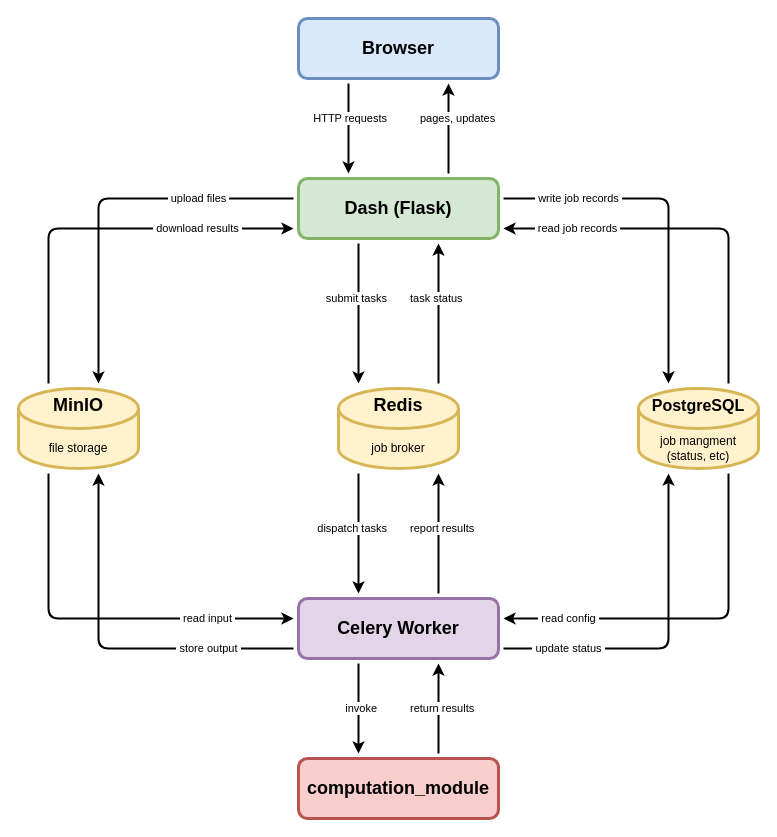
Earlier version of the draw.io diagram docs/diagrams/architecture.drawio (Helmholtz-UFZ/CosmoSuite). Source tidied: cells renumbered, new cells numbered last; positions are measured from the earlier drawing's top-left corner, leaving out a move shared by most shapes. Both pictures are drawn from the tidied source at 100%, with x=0, y=0 at pixel (18, 18).
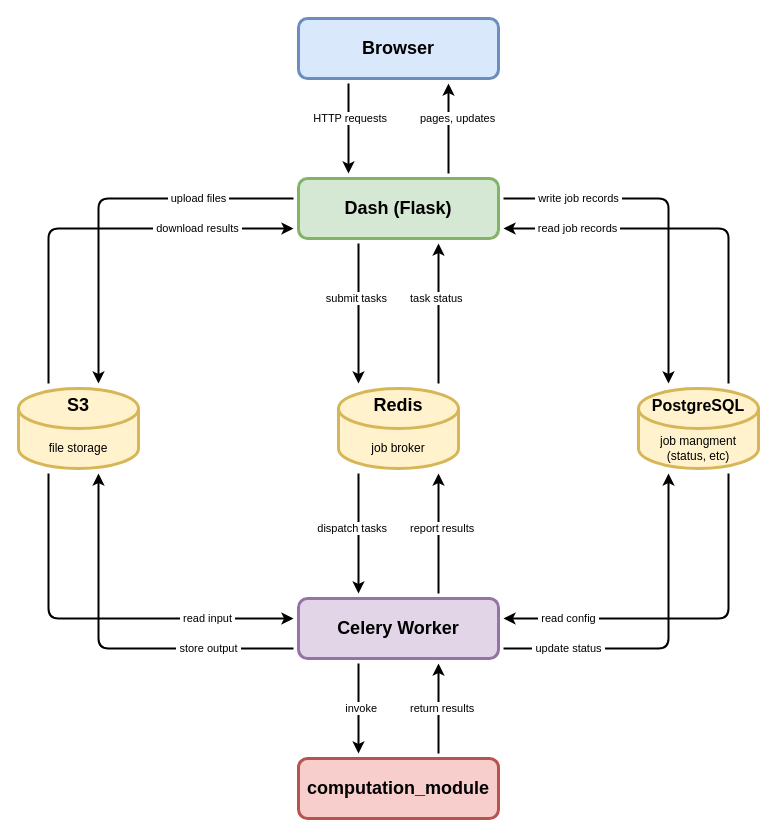
After the change.

Diff of the diagram source:
```diff
@@
-    <mxCell id="4" value="MinIO" style="shape=cylinder3;whiteSpace=wrap;html=1;fontSize=18;fontStyle=1;strokeWidth=3;fillColor=#fff2cc;strokeColor=#d6b656;size=20;verticalAlign=top;" parent="1" vertex="1">
+    <mxCell id="4" value="S3" style="shape=cylinder3;whiteSpace=wrap;html=1;fontSize=18;fontStyle=1;strokeWidth=3;fillColor=#fff2cc;strokeColor=#d6b656;size=20;verticalAlign=top;" parent="1" vertex="1">
       <mxGeometry y="370" width="120" height="80" as="geometry" />
     </mxCell>
```
